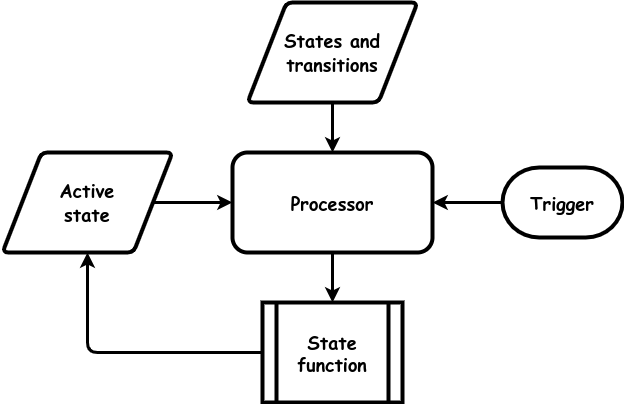
This is images/fsm.drawio.png from garfix/architectural-patterns, a draw.io export, as it was before one commit. Source tidied: cells renumbered, new cells last; positions are measured from the earlier drawing's top-left corner, leaving out a move shared by most shapes. Source of this version:
```xml
<mxGraphModel>
  <root>
    <mxCell id="0" />
    <mxCell id="1" parent="0" />
    <mxCell id="2" value="&lt;font face=&quot;Comic Sans MS&quot; style=&quot;font-size: 18px;&quot;&gt;Active&lt;br&gt;state&lt;br&gt;&lt;/font&gt;" style="shape=parallelogram;html=1;strokeWidth=4;perimeter=parallelogramPerimeter;whiteSpace=wrap;rounded=1;arcSize=12;size=0.23;fontStyle=1;fontSize=18;" parent="1" vertex="1">
      <mxGeometry y="150" width="170" height="100" as="geometry" />
    </mxCell>
    <mxCell id="3" value="&lt;b style=&quot;font-size: 18px;&quot;&gt;Processor&lt;br&gt;&lt;/b&gt;" style="rounded=1;whiteSpace=wrap;html=1;strokeWidth=4;fontFamily=Comic Sans MS;fontSize=18;" parent="1" vertex="1">
      <mxGeometry x="230" y="150" width="200" height="100" as="geometry" />
    </mxCell>
    <mxCell id="4" style="endArrow=none;startArrow=classic;html=1;rounded=0;strokeWidth=3;endFill=0;" parent="1" edge="1" source="3" target="6">
      <mxGeometry relative="1" as="geometry" />
    </mxCell>
    <mxCell id="5" style="endArrow=none;startArrow=classic;html=1;rounded=0;strokeWidth=3;endFill=0;" parent="1" edge="1" source="3" target="2">
      <mxGeometry relative="1" as="geometry" />
    </mxCell>
    <mxCell id="6" value="&lt;font face=&quot;Comic Sans MS&quot; style=&quot;font-size: 18px;&quot;&gt;States and transitions&lt;br&gt;&lt;/font&gt;" style="shape=parallelogram;html=1;strokeWidth=4;perimeter=parallelogramPerimeter;whiteSpace=wrap;rounded=1;arcSize=12;size=0.23;fontStyle=1;fontSize=18;" parent="1" vertex="1">
      <mxGeometry x="245" width="170" height="100" as="geometry" />
    </mxCell>
    <mxCell id="7" value="State &lt;br&gt;function" style="shape=process;whiteSpace=wrap;html=1;backgroundOutline=1;strokeWidth=4;fontSize=18;fontStyle=1;fontFamily=Comic Sans MS;" parent="1" vertex="1">
      <mxGeometry x="260" y="300" width="140" height="100" as="geometry" />
    </mxCell>
    <mxCell id="8" style="endArrow=none;startArrow=classic;html=1;rounded=1;strokeWidth=3;endFill=0;" parent="1" edge="1" source="2" target="7">
      <mxGeometry relative="1" as="geometry">
        <Array as="points">
          <mxPoint x="85" y="350" />
        </Array>
      </mxGeometry>
    </mxCell>
    <mxCell id="9" style="endArrow=none;startArrow=classic;html=1;rounded=0;strokeWidth=3;endFill=0;" parent="1" edge="1" source="7" target="3">
      <mxGeometry relative="1" as="geometry" />
    </mxCell>
    <mxCell id="10" value="Trigger" style="strokeWidth=4;html=1;shape=mxgraph.flowchart.terminator;whiteSpace=wrap;fontFamily=Comic Sans MS;fontSize=18;fontStyle=1;" parent="1" vertex="1">
      <mxGeometry x="500" y="165" width="120" height="70" as="geometry" />
    </mxCell>
    <mxCell id="11" style="endArrow=none;startArrow=classic;html=1;rounded=0;strokeWidth=3;endFill=0;" parent="1" edge="1" source="3" target="10">
      <mxGeometry relative="1" as="geometry" />
    </mxCell>
  </root>
</mxGraphModel>
```
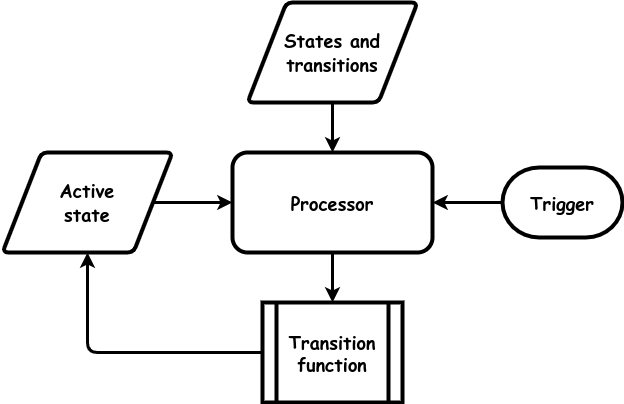
The same file after the commit.

Commit message:
ports diagram

The edit, as a diff of the source:
```diff
@@ -17,7 +17,7 @@
     <mxCell id="6" value="&lt;font face=&quot;Comic Sans MS&quot; style=&quot;font-size: 18px;&quot;&gt;States and transitions&lt;br&gt;&lt;/font&gt;" style="shape=parallelogram;html=1;strokeWidth=4;perimeter=parallelogramPerimeter;whiteSpace=wrap;rounded=1;arcSize=12;size=0.23;fontStyle=1;fontSize=18;" parent="1" vertex="1">
       <mxGeometry x="245" width="170" height="100" as="geometry" />
     </mxCell>
-    <mxCell id="7" value="State &lt;br&gt;function" style="shape=process;whiteSpace=wrap;html=1;backgroundOutline=1;strokeWidth=4;fontSize=18;fontStyle=1;fontFamily=Comic Sans MS;" parent="1" vertex="1">
+    <mxCell id="7" value="Transition&lt;br&gt;function" style="shape=process;whiteSpace=wrap;html=1;backgroundOutline=1;strokeWidth=4;fontSize=18;fontStyle=1;fontFamily=Comic Sans MS;" parent="1" vertex="1">
       <mxGeometry x="260" y="300" width="140" height="100" as="geometry" />
     </mxCell>
     <mxCell id="8" style="endArrow=none;startArrow=classic;html=1;rounded=1;strokeWidth=3;endFill=0;" parent="1" edge="1" source="2" target="7">
```
